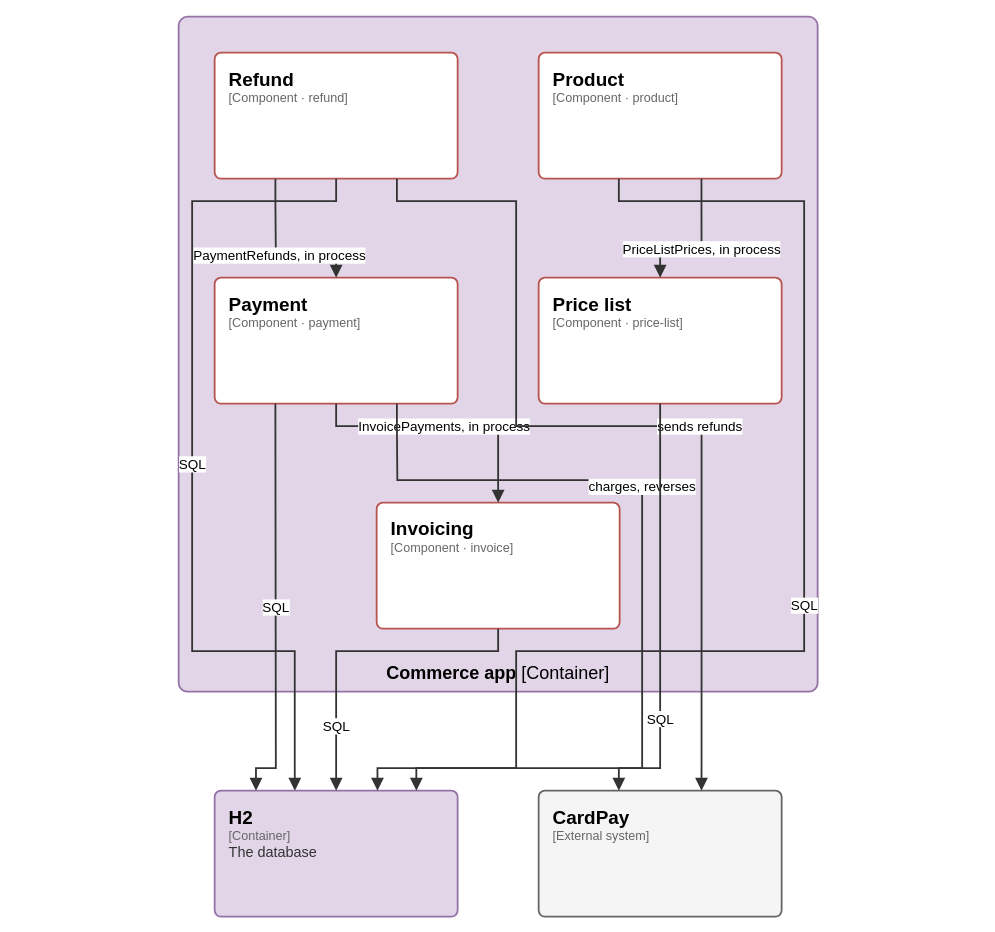
Before: page "C4 3 - Components of Commerce app" (3 of 7) of docs/architecture/c4.drawio in elie29/partition-commerce, a draw.io diagram. Source tidied: cells renumbered, new cells numbered last; positions are measured from the earlier drawing's top-left corner, leaving out a move shared by most shapes. Both pictures are drawn from the tidied source at 90%, with x=0, y=0 at pixel (178, 16).
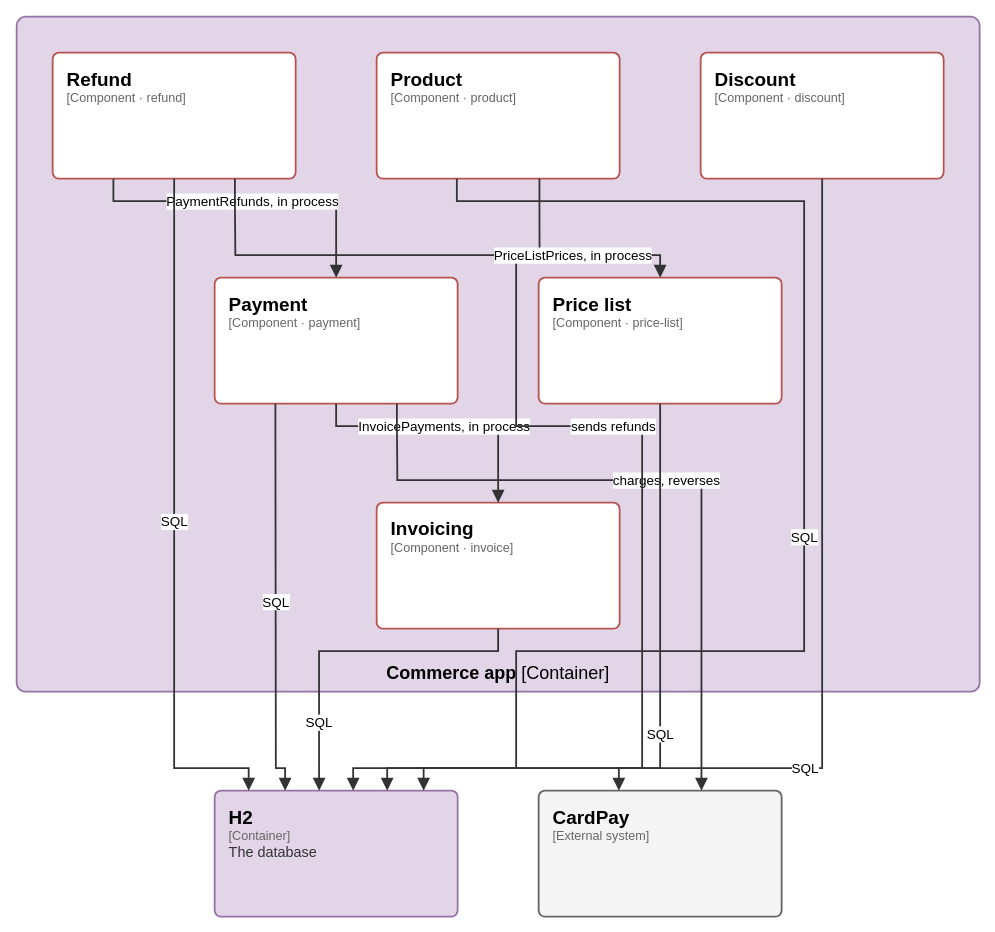
Above is the later version.

Unchanged cells that the change refers to:
```xml
<mxCell id="3" value="&lt;span style=&quot;font-size:21px;font-weight:600;color:#000000&quot;&gt;Invoicing&lt;/span&gt;&lt;br&gt;&lt;span style=&quot;font-family:IBM Plex Mono;font-size:14px;color:#666666&quot;&gt;[Component · invoice]&lt;/span&gt;" style="rounded=1;absoluteArcSize=1;arcSize=14;html=1;whiteSpace=wrap;fillColor=#ffffff;strokeColor=#b85450;strokeWidth=2;fontFamily=IBM Plex Sans;align=left;verticalAlign=top;spacingLeft=14;spacingRight=10;spacingTop=10;partition=aHuj8PVB3X;" parent="1" vertex="1">
  <mxGeometry x="220" y="540" width="270" height="140" as="geometry" />
</mxCell>
<mxCell id="4" value="&lt;span style=&quot;font-size:21px;font-weight:600;color:#000000&quot;&gt;Payment&lt;/span&gt;&lt;br&gt;&lt;span style=&quot;font-family:IBM Plex Mono;font-size:14px;color:#666666&quot;&gt;[Component · payment]&lt;/span&gt;" style="rounded=1;absoluteArcSize=1;arcSize=14;html=1;whiteSpace=wrap;fillColor=#ffffff;strokeColor=#b85450;strokeWidth=2;fontFamily=IBM Plex Sans;align=left;verticalAlign=top;spacingLeft=14;spacingRight=10;spacingTop=10;partition=y_rMypuNCB;" parent="1" vertex="1">
  <mxGeometry x="40" y="290" width="270" height="140" as="geometry" />
</mxCell>
<mxCell id="7" value="&lt;span style=&quot;font-size:21px;font-weight:600;color:#000000&quot;&gt;Price list&lt;/span&gt;&lt;br&gt;&lt;span style=&quot;font-family:IBM Plex Mono;font-size:14px;color:#666666&quot;&gt;[Component · price-list]&lt;/span&gt;" style="rounded=1;absoluteArcSize=1;arcSize=14;html=1;whiteSpace=wrap;fillColor=#ffffff;strokeColor=#b85450;strokeWidth=2;fontFamily=IBM Plex Sans;align=left;verticalAlign=top;spacingLeft=14;spacingRight=10;spacingTop=10;partition=90L3m2ZFFY;" parent="1" vertex="1">
  <mxGeometry x="400" y="290" width="270" height="140" as="geometry" />
</mxCell>
<mxCell id="8" value="&lt;span style=&quot;font-size:21px;font-weight:600;color:#000000&quot;&gt;H2&lt;/span&gt;&lt;br&gt;&lt;span style=&quot;font-family:IBM Plex Mono;font-size:14px;color:#666666&quot;&gt;[Container]&lt;/span&gt;&lt;br&gt;&lt;span style=&quot;font-size:16px;color:#333333;line-height:1.3&quot;&gt;The database&lt;/span&gt;" style="rounded=1;absoluteArcSize=1;arcSize=14;html=1;whiteSpace=wrap;fillColor=#e1d5e7;strokeColor=#9673a6;strokeWidth=2;fontFamily=IBM Plex Sans;align=left;verticalAlign=top;spacingLeft=14;spacingRight=10;spacingTop=10;partition=e1b4aq0M80;" parent="1" vertex="1">
  <mxGeometry x="40" y="860" width="270" height="140" as="geometry" />
</mxCell>
<mxCell id="9" value="&lt;span style=&quot;font-size:21px;font-weight:600;color:#000000&quot;&gt;CardPay&lt;/span&gt;&lt;br&gt;&lt;span style=&quot;font-family:IBM Plex Mono;font-size:14px;color:#666666&quot;&gt;[External system]&lt;/span&gt;" style="rounded=1;absoluteArcSize=1;arcSize=14;html=1;whiteSpace=wrap;fillColor=#f5f5f5;strokeColor=#666666;strokeWidth=2;fontFamily=IBM Plex Sans;align=left;verticalAlign=top;spacingLeft=14;spacingRight=10;spacingTop=10;partition=U8ZHIrmfT8;" parent="1" vertex="1">
  <mxGeometry x="400" y="860" width="270" height="140" as="geometry" />
</mxCell>
```

Change to the diagram source:
```diff
@@
-    <mxCell id="2" value="&lt;b&gt;Commerce app&lt;/b&gt; [Container]" style="rounded=1;absoluteArcSize=1;arcSize=20;html=1;whiteSpace=wrap;fillColor=#e1d5e7;strokeColor=#9673a6;strokeWidth=2;fontFamily=IBM Plex Sans;fontSize=20;verticalAlign=bottom;spacingTop=6;spacingBottom=6;partition=WiMw_uiSeL;" parent="1" vertex="1">
-      <mxGeometry width="710" height="750" as="geometry" />
+    <mxCell id="2" value="&lt;b&gt;Commerce app&lt;/b&gt; [Container]" style="rounded=1;absoluteArcSize=1;arcSize=20;html=1;whiteSpace=wrap;fillColor=#e1d5e7;strokeColor=#9673a6;strokeWidth=2;fontFamily=IBM Plex Sans;fontSize=20;verticalAlign=bottom;spacingTop=6;spacingBottom=6;partition=usQpGdOmRF;" parent="1" vertex="1">
+      <mxGeometry x="-180" width="1070" height="750" as="geometry" />
     </mxCell>
@@
-    <mxCell id="5" value="&lt;span style=&quot;font-size:21px;font-weight:600;color:#000000&quot;&gt;Refund&lt;/span&gt;&lt;br&gt;&lt;span style=&quot;font-family:IBM Plex Mono;font-size:14px;color:#666666&quot;&gt;[Component · refund]&lt;/span&gt;" style="rounded=1;absoluteArcSize=1;arcSize=14;html=1;whiteSpace=wrap;fillColor=#ffffff;strokeColor=#b85450;strokeWidth=2;fontFamily=IBM Plex Sans;align=left;verticalAlign=top;spacingLeft=14;spacingRight=10;spacingTop=10;partition=OoiQrNIVBC;" parent="1" vertex="1">
-      <mxGeometry x="40" y="40" width="270" height="140" as="geometry" />
+    <mxCell id="5" value="&lt;span style=&quot;font-size:21px;font-weight:600;color:#000000&quot;&gt;Refund&lt;/span&gt;&lt;br&gt;&lt;span style=&quot;font-family:IBM Plex Mono;font-size:14px;color:#666666&quot;&gt;[Component · refund]&lt;/span&gt;" style="rounded=1;absoluteArcSize=1;arcSize=14;html=1;whiteSpace=wrap;fillColor=#ffffff;strokeColor=#b85450;strokeWidth=2;fontFamily=IBM Plex Sans;align=left;verticalAlign=top;spacingLeft=14;spacingRight=10;spacingTop=10;partition=MpiWCou8A7;" parent="1" vertex="1">
+      <mxGeometry x="-140" y="40" width="270" height="140" as="geometry" />
     </mxCell>
-    <mxCell id="6" value="&lt;span style=&quot;font-size:21px;font-weight:600;color:#000000&quot;&gt;Product&lt;/span&gt;&lt;br&gt;&lt;span style=&quot;font-family:IBM Plex Mono;font-size:14px;color:#666666&quot;&gt;[Component · product]&lt;/span&gt;" style="rounded=1;absoluteArcSize=1;arcSize=14;html=1;whiteSpace=wrap;fillColor=#ffffff;strokeColor=#b85450;strokeWidth=2;fontFamily=IBM Plex Sans;align=left;verticalAlign=top;spacingLeft=14;spacingRight=10;spacingTop=10;partition=eIuSdzb2dt;" parent="1" vertex="1">
-      <mxGeometry x="400" y="40" width="270" height="140" as="geometry" />
+    <mxCell id="6" value="&lt;span style=&quot;font-size:21px;font-weight:600;color:#000000&quot;&gt;Product&lt;/span&gt;&lt;br&gt;&lt;span style=&quot;font-family:IBM Plex Mono;font-size:14px;color:#666666&quot;&gt;[Component · product]&lt;/span&gt;" style="rounded=1;absoluteArcSize=1;arcSize=14;html=1;whiteSpace=wrap;fillColor=#ffffff;strokeColor=#b85450;strokeWidth=2;fontFamily=IBM Plex Sans;align=left;verticalAlign=top;spacingLeft=14;spacingRight=10;spacingTop=10;partition=rwtB4VHL-5;" parent="1" vertex="1">
+      <mxGeometry x="220" y="40" width="270" height="140" as="geometry" />
     </mxCell>
@@
+    <mxCell id="20" value="&lt;span style=&quot;font-size:21px;font-weight:600;color:#000000&quot;&gt;Discount&lt;/span&gt;&lt;br&gt;&lt;span style=&quot;font-family:IBM Plex Mono;font-size:14px;color:#666666&quot;&gt;[Component · discount]&lt;/span&gt;" style="rounded=1;absoluteArcSize=1;arcSize=14;html=1;whiteSpace=wrap;fillColor=#ffffff;strokeColor=#b85450;strokeWidth=2;fontFamily=IBM Plex Sans;align=left;verticalAlign=top;spacingLeft=14;spacingRight=10;spacingTop=10;partition=0IPpTdDtHd;" parent="1" vertex="1">
+      <mxGeometry x="580" y="40" width="270" height="140" as="geometry" />
+    </mxCell>
@@
-    <mxCell id="10" value="SQL" style="edgeStyle=orthogonalEdgeStyle;rounded=0;html=1;endArrow=block;endFill=1;endSize=9;strokeColor=#333333;strokeWidth=2;fontFamily=IBM Plex Sans;fontSize=15;fontColor=#000000;labelBackgroundColor=#FFFFFF;spacing=3;exitX=0.5;exitY=1;exitPerimeter=0;entryX=0.5;entryY=0;entryPerimeter=0;partition=wWYtspkVq2;" parent="1" edge="1" source="3" target="8">
+    <mxCell id="10" value="SQL" style="edgeStyle=orthogonalEdgeStyle;rounded=0;html=1;endArrow=block;endFill=1;endSize=9;strokeColor=#333333;strokeWidth=2;fontFamily=IBM Plex Sans;fontSize=15;fontColor=#000000;labelBackgroundColor=#FFFFFF;spacing=3;exitX=0.5;exitY=1;exitPerimeter=0;entryX=0.43;entryY=0;entryPerimeter=0;partition=CXwErqF4Nq;" parent="1" edge="1" source="3" target="8">
       <mxGeometry x="0.6" relative="1" as="geometry">
         <Array as="points">
           <mxPoint x="355" y="705" />
-          <mxPoint x="175" y="705" />
-          <mxPoint x="175" y="835" />
+          <mxPoint x="156" y="705" />
+          <mxPoint x="156" y="835" />
         </Array>
       </mxGeometry>
     </mxCell>
@@
-    <mxCell id="12" value="SQL" style="edgeStyle=orthogonalEdgeStyle;rounded=0;html=1;endArrow=block;endFill=1;endSize=9;strokeColor=#333333;strokeWidth=2;fontFamily=IBM Plex Sans;fontSize=15;fontColor=#000000;labelBackgroundColor=#FFFFFF;spacing=3;exitX=0.25;exitY=1;exitPerimeter=0;entryX=0.17;entryY=0;entryPerimeter=0;partition=vk7VeqgjbY;" parent="1" edge="1" source="4" target="8">
+    <mxCell id="12" value="SQL" style="edgeStyle=orthogonalEdgeStyle;rounded=0;html=1;endArrow=block;endFill=1;endSize=9;strokeColor=#333333;strokeWidth=2;fontFamily=IBM Plex Sans;fontSize=15;fontColor=#000000;labelBackgroundColor=#FFFFFF;spacing=3;exitX=0.25;exitY=1;exitPerimeter=0;entryX=0.29;entryY=0;entryPerimeter=0;partition=FrnkHqlufb;" parent="1" edge="1" source="4" target="8">
       <mxGeometry relative="1" as="geometry">
         <Array as="points">
           <mxPoint x="108" y="455" />
           <mxPoint x="108" y="835" />
-          <mxPoint x="86" y="835" />
+          <mxPoint x="118" y="835" />
         </Array>
       </mxGeometry>
     </mxCell>
-    <mxCell id="13" value="charges, reverses" style="edgeStyle=orthogonalEdgeStyle;rounded=0;html=1;endArrow=block;endFill=1;endSize=9;strokeColor=#333333;strokeWidth=2;fontFamily=IBM Plex Sans;fontSize=15;fontColor=#000000;labelBackgroundColor=#FFFFFF;spacing=3;exitX=0.75;exitY=1;exitPerimeter=0;entryX=0.33;entryY=0;entryPerimeter=0;partition=pzPzNKo-So;" parent="1" edge="1" source="4" target="9">
+    <mxCell id="13" value="charges, reverses" style="edgeStyle=orthogonalEdgeStyle;rounded=0;html=1;endArrow=block;endFill=1;endSize=9;strokeColor=#333333;strokeWidth=2;fontFamily=IBM Plex Sans;fontSize=15;fontColor=#000000;labelBackgroundColor=#FFFFFF;spacing=3;exitX=0.75;exitY=1;exitPerimeter=0;entryX=0.67;entryY=0;entryPerimeter=0;partition=x9PZS_rfT-;" parent="1" edge="1" source="4" target="9">
       <mxGeometry relative="1" as="geometry">
         <Array as="points">
           <mxPoint x="243" y="455" />
           <mxPoint x="243" y="515" />
-          <mxPoint x="515" y="515" />
-          <mxPoint x="515" y="835" />
-          <mxPoint x="489" y="835" />
+          <mxPoint x="581" y="515" />
+          <mxPoint x="581" y="835" />
         </Array>
       </mxGeometry>
     </mxCell>
-    <mxCell id="14" value="PaymentRefunds, in process" style="edgeStyle=orthogonalEdgeStyle;rounded=0;html=1;endArrow=block;endFill=1;endSize=9;strokeColor=#333333;strokeWidth=2;fontFamily=IBM Plex Sans;fontSize=15;fontColor=#000000;labelBackgroundColor=#FFFFFF;spacing=3;exitX=0.25;exitY=1;exitPerimeter=0;entryX=0.5;entryY=0;entryPerimeter=0;partition=F7felk6Ewb;" parent="1" edge="1" source="5" target="4">
+    <mxCell id="14" value="PaymentRefunds, in process" style="edgeStyle=orthogonalEdgeStyle;rounded=0;html=1;endArrow=block;endFill=1;endSize=9;strokeColor=#333333;strokeWidth=2;fontFamily=IBM Plex Sans;fontSize=15;fontColor=#000000;labelBackgroundColor=#FFFFFF;spacing=3;exitX=0.25;exitY=1;exitPerimeter=0;entryX=0.5;entryY=0;entryPerimeter=0;partition=KIntlsS11c;" parent="1" edge="1" source="5" target="4">
       <mxGeometry relative="1" as="geometry">
         <Array as="points">
-          <mxPoint x="108" y="205" />
-          <mxPoint x="108" y="265" />
+          <mxPoint x="-72" y="205" />
+          <mxPoint x="175" y="205" />
           <mxPoint x="175" y="265" />
         </Array>
       </mxGeometry>
     </mxCell>
-    <mxCell id="15" value="SQL" style="edgeStyle=orthogonalEdgeStyle;rounded=0;html=1;endArrow=block;endFill=1;endSize=9;strokeColor=#333333;strokeWidth=2;fontFamily=IBM Plex Sans;fontSize=15;fontColor=#000000;labelBackgroundColor=#FFFFFF;spacing=3;exitX=0.5;exitY=1;exitPerimeter=0;entryX=0.33;entryY=0;entryPerimeter=0;partition=NIe-k54SYg;" parent="1" edge="1" source="5" target="8">
+    <mxCell id="15" value="SQL" style="edgeStyle=orthogonalEdgeStyle;rounded=0;html=1;endArrow=block;endFill=1;endSize=9;strokeColor=#333333;strokeWidth=2;fontFamily=IBM Plex Sans;fontSize=15;fontColor=#000000;labelBackgroundColor=#FFFFFF;spacing=3;exitX=0.5;exitY=1;exitPerimeter=0;entryX=0.14;entryY=0;entryPerimeter=0;partition=kzAG8Z0TJ5;" parent="1" edge="1" source="5" target="8">
       <mxGeometry relative="1" as="geometry">
         <Array as="points">
-          <mxPoint x="175" y="205" />
-          <mxPoint x="15" y="205" />
-          <mxPoint x="15" y="705" />
-          <mxPoint x="129" y="705" />
-          <mxPoint x="129" y="835" />
+          <mxPoint x="-5" y="205" />
+          <mxPoint x="-5" y="835" />
+          <mxPoint x="78" y="835" />
         </Array>
       </mxGeometry>
     </mxCell>
-    <mxCell id="16" value="sends refunds" style="edgeStyle=orthogonalEdgeStyle;rounded=0;html=1;endArrow=block;endFill=1;endSize=9;strokeColor=#333333;strokeWidth=2;fontFamily=IBM Plex Sans;fontSize=15;fontColor=#000000;labelBackgroundColor=#FFFFFF;spacing=3;exitX=0.75;exitY=1;exitPerimeter=0;entryX=0.67;entryY=0;entryPerimeter=0;partition=Kzxusog7UF;" parent="1" edge="1" source="5" target="9">
+    <mxCell id="16" value="sends refunds" style="edgeStyle=orthogonalEdgeStyle;rounded=0;html=1;endArrow=block;endFill=1;endSize=9;strokeColor=#333333;strokeWidth=2;fontFamily=IBM Plex Sans;fontSize=15;fontColor=#000000;labelBackgroundColor=#FFFFFF;spacing=3;exitX=0.75;exitY=1;exitPerimeter=0;entryX=0.33;entryY=0;entryPerimeter=0;partition=K6MFoeYtAG;" parent="1" edge="1" source="5" target="9">
       <mxGeometry x="0.2" relative="1" as="geometry">
         <Array as="points">
-          <mxPoint x="243" y="205" />
-          <mxPoint x="375" y="205" />
+          <mxPoint x="63" y="205" />
+          <mxPoint x="63" y="265" />
+          <mxPoint x="375" y="265" />
           <mxPoint x="375" y="455" />
-          <mxPoint x="581" y="455" />
-          <mxPoint x="581" y="835" />
+          <mxPoint x="515" y="455" />
+          <mxPoint x="515" y="835" />
+          <mxPoint x="489" y="835" />
         </Array>
       </mxGeometry>
     </mxCell>
-    <mxCell id="17" value="SQL" style="edgeStyle=orthogonalEdgeStyle;rounded=0;html=1;endArrow=block;endFill=1;endSize=9;strokeColor=#333333;strokeWidth=2;fontFamily=IBM Plex Sans;fontSize=15;fontColor=#000000;labelBackgroundColor=#FFFFFF;spacing=3;exitX=0.33;exitY=1;exitPerimeter=0;entryX=0.67;entryY=0;entryPerimeter=0;partition=fPyvgeuaQO;" parent="1" edge="1" source="6" target="8">
+    <mxCell id="17" value="SQL" style="edgeStyle=orthogonalEdgeStyle;rounded=0;html=1;endArrow=block;endFill=1;endSize=9;strokeColor=#333333;strokeWidth=2;fontFamily=IBM Plex Sans;fontSize=15;fontColor=#000000;labelBackgroundColor=#FFFFFF;spacing=3;exitX=0.33;exitY=1;exitPerimeter=0;entryX=0.57;entryY=0;entryPerimeter=0;partition=S6g2pieEmc;" parent="1" edge="1" source="6" target="8">
       <mxGeometry relative="1" as="geometry">
         <Array as="points">
-          <mxPoint x="489" y="205" />
+          <mxPoint x="309" y="205" />
           <mxPoint x="695" y="205" />
           <mxPoint x="695" y="705" />
           <mxPoint x="375" y="705" />
           <mxPoint x="375" y="835" />
-          <mxPoint x="221" y="835" />
+          <mxPoint x="194" y="835" />
         </Array>
       </mxGeometry>
     </mxCell>
-    <mxCell id="18" value="PriceListPrices, in process" style="edgeStyle=orthogonalEdgeStyle;rounded=0;html=1;endArrow=block;endFill=1;endSize=9;strokeColor=#333333;strokeWidth=2;fontFamily=IBM Plex Sans;fontSize=15;fontColor=#000000;labelBackgroundColor=#FFFFFF;spacing=3;exitX=0.67;exitY=1;exitPerimeter=0;entryX=0.5;entryY=0;entryPerimeter=0;partition=oVLzZpGxsq;" parent="1" edge="1" source="6" target="7">
+    <mxCell id="18" value="PriceListPrices, in process" style="edgeStyle=orthogonalEdgeStyle;rounded=0;html=1;endArrow=block;endFill=1;endSize=9;strokeColor=#333333;strokeWidth=2;fontFamily=IBM Plex Sans;fontSize=15;fontColor=#000000;labelBackgroundColor=#FFFFFF;spacing=3;exitX=0.67;exitY=1;exitPerimeter=0;entryX=0.5;entryY=0;entryPerimeter=0;partition=jIliFUyDhL;" parent="1" edge="1" source="6" target="7">
       <mxGeometry relative="1" as="geometry">
         <Array as="points">
-          <mxPoint x="581" y="205" />
-          <mxPoint x="581" y="265" />
+          <mxPoint x="401" y="205" />
+          <mxPoint x="401" y="265" />
           <mxPoint x="535" y="265" />
         </Array>
       </mxGeometry>
     </mxCell>
-    <mxCell id="19" value="SQL" style="edgeStyle=orthogonalEdgeStyle;rounded=0;html=1;endArrow=block;endFill=1;endSize=9;strokeColor=#333333;strokeWidth=2;fontFamily=IBM Plex Sans;fontSize=15;fontColor=#000000;labelBackgroundColor=#FFFFFF;spacing=3;exitX=0.5;exitY=1;exitPerimeter=0;entryX=0.83;entryY=0;entryPerimeter=0;partition=_qLNzZr4Ui;" parent="1" edge="1" source="7" target="8">
+    <mxCell id="19" value="SQL" style="edgeStyle=orthogonalEdgeStyle;rounded=0;html=1;endArrow=block;endFill=1;endSize=9;strokeColor=#333333;strokeWidth=2;fontFamily=IBM Plex Sans;fontSize=15;fontColor=#000000;labelBackgroundColor=#FFFFFF;spacing=3;exitX=0.5;exitY=1;exitPerimeter=0;entryX=0.71;entryY=0;entryPerimeter=0;partition=e2ZCy08rRb;" parent="1" edge="1" source="7" target="8">
       <mxGeometry relative="1" as="geometry">
         <Array as="points">
           <mxPoint x="535" y="455" />
           <mxPoint x="535" y="835" />
-          <mxPoint x="264" y="835" />
+          <mxPoint x="232" y="835" />
         </Array>
       </mxGeometry>
     </mxCell>
+    <mxCell id="21" value="SQL" style="edgeStyle=orthogonalEdgeStyle;rounded=0;html=1;endArrow=block;endFill=1;endSize=9;strokeColor=#333333;strokeWidth=2;fontFamily=IBM Plex Sans;fontSize=15;fontColor=#000000;labelBackgroundColor=#FFFFFF;spacing=3;exitX=0.5;exitY=1;exitPerimeter=0;entryX=0.86;entryY=0;entryPerimeter=0;partition=3DURwmgw1F;" parent="1" edge="1" source="20" target="8">
+      <mxGeometry x="0.2" relative="1" as="geometry">
+        <Array as="points">
+          <mxPoint x="715" y="205" />
+          <mxPoint x="715" y="835" />
+          <mxPoint x="272" y="835" />
+        </Array>
+      </mxGeometry>
+    </mxCell>
```
